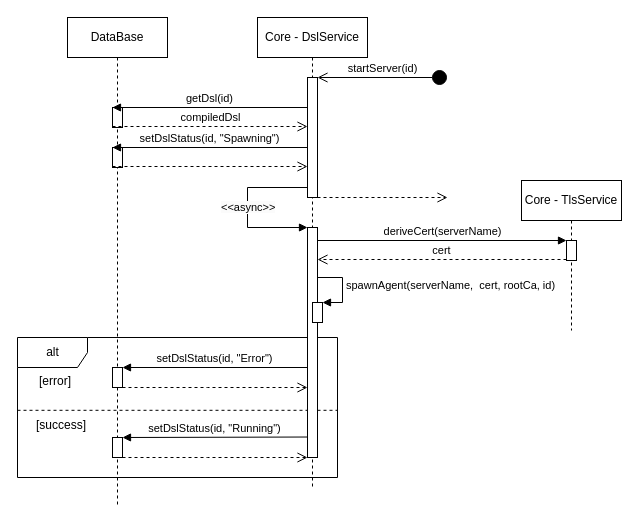
Earlier version of the draw.io diagram page "start1" (4 of 5) of doc/src/content/75_implementation/process/process.drawio (Tiegris/KonstrainR). Source tidied: cells renumbered, new cells numbered last; positions are measured from the earlier drawing's top-left corner, leaving out a move shared by most shapes. Both pictures are drawn from the tidied source at 100%, with x=0, y=0 at pixel (17, 17).
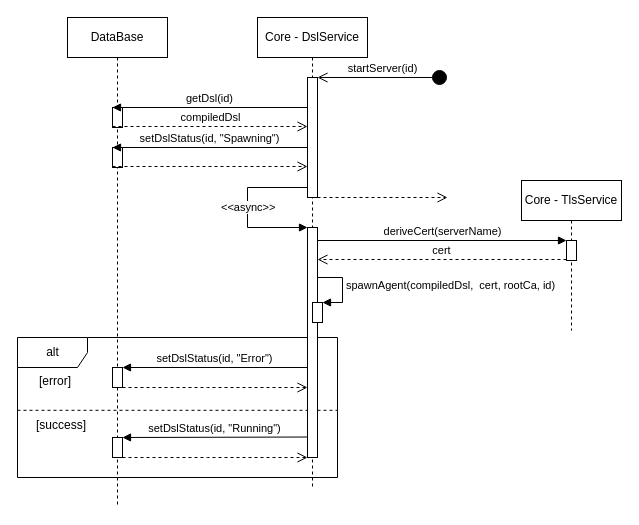
After the change.

Unchanged cells that the change refers to:
```xml
<mxCell id="5" value="Core - DslService" style="shape=umlLifeline;perimeter=lifelinePerimeter;whiteSpace=wrap;html=1;" parent="1" vertex="1">
  <mxGeometry x="240" width="110" height="470" as="geometry" />
</mxCell>
<mxCell id="9" style="html=1;points=[];perimeter=orthogonalPerimeter;" parent="5" vertex="1">
  <mxGeometry x="55" y="285" width="10" height="20" as="geometry" />
</mxCell>
```

Change to the diagram source:
```diff
@@
-    <mxCell id="6" value="spawnAgent(serverName,&amp;nbsp; cert, rootCa, id)" style="edgeStyle=orthogonalEdgeStyle;html=1;align=left;spacingLeft=2;endArrow=block;rounded=0;entryX=1;entryY=0;" parent="5" edge="1" target="9">
+    <mxCell id="6" value="spawnAgent(&lt;span style=&quot;text-align: center;&quot;&gt;compiledDsl&lt;/span&gt;,&amp;nbsp; cert, rootCa, id)" style="edgeStyle=orthogonalEdgeStyle;html=1;align=left;spacingLeft=2;endArrow=block;rounded=0;entryX=1;entryY=0;" parent="5" edge="1" target="9">
       <mxGeometry relative="1" as="geometry">
         <mxPoint x="55" y="260" as="sourcePoint" />
         <Array as="points">
           <mxPoint x="85" y="260" />
         </Array>
       </mxGeometry>
     </mxCell>
```
